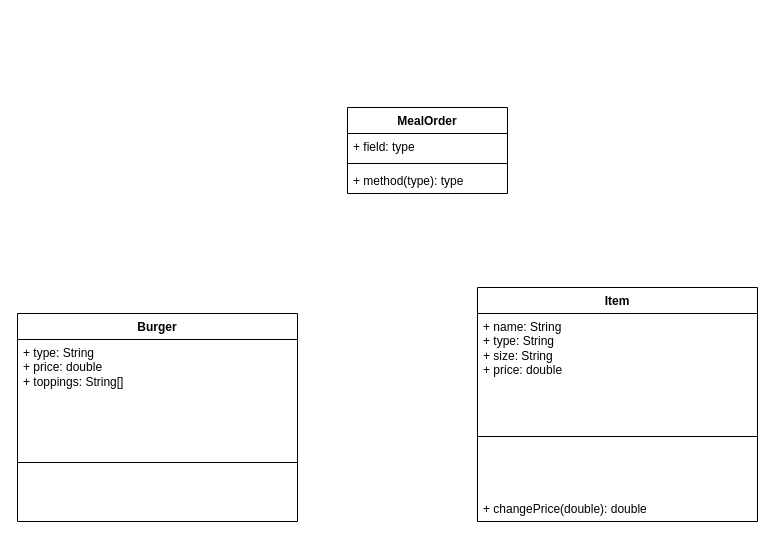
Earlier version of the draw.io diagram Restaurant.drawio (kevin-yuen/restaurant). Source tidied: cells renumbered, new cells numbered last; positions are measured from the earlier drawing's top-left corner, leaving out a move shared by most shapes. Both pictures are drawn from the tidied source at 100%, with x=0, y=0 at pixel (17, 107).
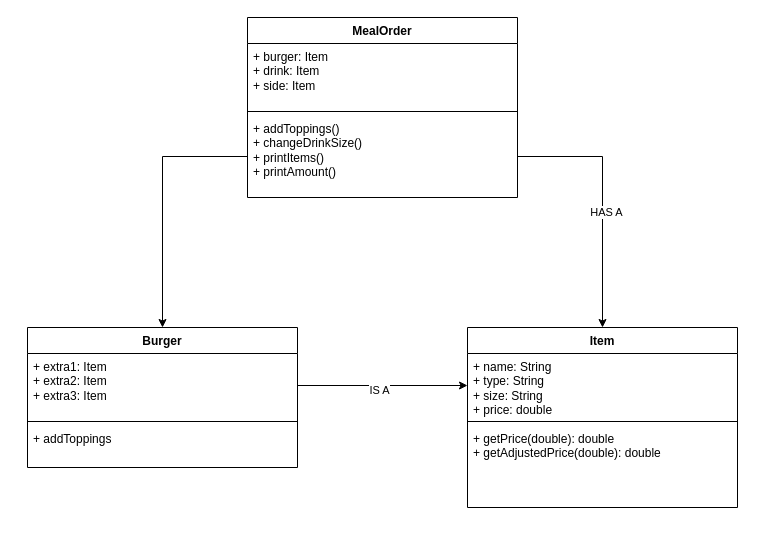
The same page after the edit.

Diff of the diagram source:
```diff
@@
 <mxGraphModel>
   <root>
     <mxCell id="0" />
     <mxCell id="1" parent="0" />
     <mxCell id="2" value="MealOrder" style="swimlane;fontStyle=1;align=center;verticalAlign=top;horizontal=1;startSize=26;whiteSpace=wrap;html=1;" parent="1" vertex="1">
-      <mxGeometry x="330" width="160" height="86" as="geometry" />
+      <mxGeometry x="230" y="-90" width="270" height="180" as="geometry" />
     </mxCell>
-    <mxCell id="3" value="+ field: type" style="text;strokeColor=none;fillColor=none;align=left;verticalAlign=top;spacingLeft=4;spacingRight=4;overflow=hidden;whiteSpace=wrap;html=1;" parent="2" vertex="1">
-      <mxGeometry y="26" width="160" height="26" as="geometry" />
+    <mxCell id="3" value="+ burger: Item&lt;br&gt;+ drink: Item&lt;br&gt;+ side: Item" style="text;strokeColor=none;fillColor=none;align=left;verticalAlign=top;spacingLeft=4;spacingRight=4;overflow=hidden;whiteSpace=wrap;html=1;" parent="2" vertex="1">
+      <mxGeometry y="26" width="270" height="64" as="geometry" />
     </mxCell>
     <mxCell id="4" style="line;strokeWidth=1;fillColor=none;align=left;verticalAlign=middle;spacingTop=-1;spacingLeft=3;spacingRight=3;labelPosition=right;strokeColor=inherit;" parent="2" vertex="1">
-      <mxGeometry y="52" width="160" height="8" as="geometry" />
+      <mxGeometry y="90" width="270" height="8" as="geometry" />
     </mxCell>
-    <mxCell id="5" value="+ method(type): type" style="text;strokeColor=none;fillColor=none;align=left;verticalAlign=top;spacingLeft=4;spacingRight=4;overflow=hidden;points=[[0,0.5],[1,0.5]];portConstraint=eastwest;whiteSpace=wrap;html=1;" parent="2" vertex="1">
-      <mxGeometry y="60" width="160" height="26" as="geometry" />
+    <mxCell id="5" value="+ addToppings()&lt;br&gt;+ changeDrinkSize()&lt;br&gt;+ printItems()&lt;br&gt;+ printAmount()" style="text;strokeColor=none;fillColor=none;align=left;verticalAlign=top;spacingLeft=4;spacingRight=4;overflow=hidden;points=[[0,0.5],[1,0.5]];portConstraint=eastwest;whiteSpace=wrap;html=1;" parent="2" vertex="1">
+      <mxGeometry y="98" width="270" height="82" as="geometry" />
     </mxCell>
+    <mxCell id="13" style="edgeStyle=orthogonalEdgeStyle;rounded=0;jettySize=auto;html=1;" parent="1" edge="1" source="5" target="10">
+      <mxGeometry relative="1" as="geometry" />
+    </mxCell>
+    <mxCell id="14" style="edgeStyle=orthogonalEdgeStyle;rounded=0;jettySize=auto;html=1;" parent="1" edge="1" source="5" target="6">
+      <mxGeometry relative="1" as="geometry" />
+    </mxCell>
+    <mxCell id="15" value="HAS A" style="edgeLabel;html=1;align=center;verticalAlign=middle;" parent="14" vertex="1">
+      <mxGeometry x="0.09" y="3" relative="1" as="geometry" />
+    </mxCell>
+    <mxCell id="10" value="Burger" style="swimlane;fontStyle=1;align=center;verticalAlign=top;horizontal=1;startSize=26;whiteSpace=wrap;html=1;" parent="1" vertex="1">
+      <mxGeometry x="10" y="220" width="270" height="140" as="geometry" />
+    </mxCell>
+    <mxCell id="16" value="+ extra1: Item&lt;br style=&quot;border-color: var(--border-color);&quot;&gt;+ extra2: Item&lt;br style=&quot;border-color: var(--border-color);&quot;&gt;+ extra3: Item" style="text;strokeColor=none;fillColor=none;align=left;verticalAlign=top;spacingLeft=4;spacingRight=4;overflow=hidden;points=[[0,0.5],[1,0.5]];portConstraint=eastwest;whiteSpace=wrap;html=1;" parent="10" vertex="1">
+      <mxGeometry y="26" width="270" height="64" as="geometry" />
+    </mxCell>
+    <mxCell id="17" style="line;strokeWidth=1;fillColor=none;align=left;verticalAlign=middle;spacingTop=-1;spacingLeft=3;spacingRight=3;labelPosition=right;strokeColor=inherit;" parent="10" vertex="1">
+      <mxGeometry y="90" width="270" height="8" as="geometry" />
+    </mxCell>
+    <mxCell id="18" value="+ addToppings" style="text;strokeColor=none;fillColor=none;align=left;verticalAlign=top;spacingLeft=4;spacingRight=4;overflow=hidden;whiteSpace=wrap;html=1;" parent="10" vertex="1">
+      <mxGeometry y="98" width="270" height="42" as="geometry" />
+    </mxCell>
     <mxCell id="6" value="Item" style="swimlane;fontStyle=1;align=center;verticalAlign=top;horizontal=1;startSize=26;whiteSpace=wrap;html=1;" parent="1" vertex="1">
-      <mxGeometry x="460" y="180" width="280" height="234" as="geometry" />
+      <mxGeometry x="450" y="220" width="270" height="180" as="geometry" />
     </mxCell>
-    <mxCell id="7" value="+ name: String&lt;br&gt;+ type: String&lt;br&gt;+ size: String&lt;br&gt;+ price: double" style="text;strokeColor=none;fillColor=none;align=left;verticalAlign=top;spacingLeft=4;spacingRight=4;overflow=hidden;points=[[0,0.5],[1,0.5]];portConstraint=eastwest;whiteSpace=wrap;html=1;" parent="6" vertex="1">
-      <mxGeometry y="26" width="280" height="64" as="geometry" />
+    <mxCell id="7" value="+ name: String&lt;br style=&quot;border-color: var(--border-color);&quot;&gt;+ type: String&lt;br style=&quot;border-color: var(--border-color);&quot;&gt;+ size: String&lt;br style=&quot;border-color: var(--border-color);&quot;&gt;+ price: double" style="text;strokeColor=none;fillColor=none;align=left;verticalAlign=top;spacingLeft=4;spacingRight=4;overflow=hidden;points=[[0,0.5],[1,0.5]];portConstraint=eastwest;whiteSpace=wrap;html=1;" parent="6" vertex="1">
+      <mxGeometry y="26" width="270" height="64" as="geometry" />
     </mxCell>
-    <mxCell id="8" style="line;strokeWidth=1;fillColor=none;align=left;verticalAlign=middle;spacingTop=-1;spacingLeft=3;spacingRight=3;labelPosition=right;strokeColor=inherit;" parent="6" vertex="1">
-      <mxGeometry y="90" width="280" height="118" as="geometry" />
-    </mxCell>
-    <mxCell id="9" value="+ changePrice(double): double" style="text;strokeColor=none;fillColor=none;align=left;verticalAlign=top;spacingLeft=4;spacingRight=4;overflow=hidden;whiteSpace=wrap;html=1;" parent="6" vertex="1">
-      <mxGeometry y="208" width="280" height="26" as="geometry" />
-    </mxCell>
-    <mxCell id="10" value="Burger" style="swimlane;fontStyle=1;align=center;verticalAlign=top;horizontal=1;startSize=26;whiteSpace=wrap;html=1;" parent="1" vertex="1">
-      <mxGeometry y="206" width="280" height="208" as="geometry" />
-    </mxCell>
-    <mxCell id="11" value="+ type: String&lt;br&gt;+ price: double&lt;br&gt;+ toppings: String[]" style="text;strokeColor=none;fillColor=none;align=left;verticalAlign=top;spacingLeft=4;spacingRight=4;overflow=hidden;whiteSpace=wrap;html=1;" parent="10" vertex="1">
-      <mxGeometry y="26" width="280" height="64" as="geometry" />
-    </mxCell>
-    <mxCell id="12" style="line;strokeWidth=1;fillColor=none;align=left;verticalAlign=middle;spacingTop=-1;spacingLeft=3;spacingRight=3;labelPosition=right;strokeColor=inherit;" parent="10" vertex="1">
-      <mxGeometry y="90" width="280" height="118" as="geometry" />
-    </mxCell>
+    <mxCell id="19" style="line;strokeWidth=1;fillColor=none;align=left;verticalAlign=middle;spacingTop=-1;spacingLeft=3;spacingRight=3;labelPosition=right;strokeColor=inherit;" parent="6" vertex="1">
+      <mxGeometry y="90" width="270" height="8" as="geometry" />
+    </mxCell>
+    <mxCell id="20" value="+ getPrice(double): double&lt;br style=&quot;border-color: var(--border-color);&quot;&gt;+ getAdjustedPrice(double): double" style="text;strokeColor=none;fillColor=none;align=left;verticalAlign=top;spacingLeft=4;spacingRight=4;overflow=hidden;whiteSpace=wrap;html=1;" parent="6" vertex="1">
+      <mxGeometry y="98" width="270" height="82" as="geometry" />
+    </mxCell>
+    <mxCell id="21" style="edgeStyle=orthogonalEdgeStyle;rounded=0;jettySize=auto;html=1;" parent="1" edge="1" source="16" target="7">
+      <mxGeometry relative="1" as="geometry" />
+    </mxCell>
+    <mxCell id="22" value="IS A" style="edgeLabel;html=1;align=center;verticalAlign=middle;" parent="21" vertex="1">
+      <mxGeometry x="-0.05" y="-4" relative="1" as="geometry" />
+    </mxCell>
   </root>
 </mxGraphModel>
```
